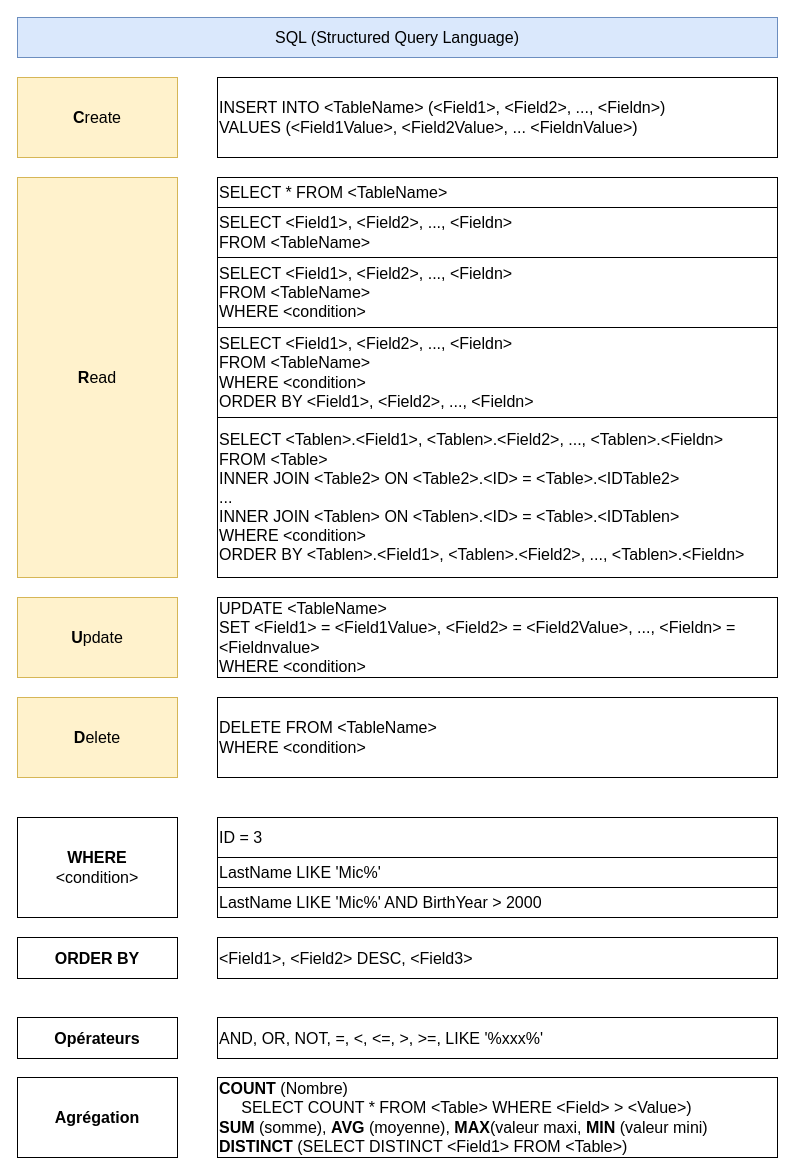
Earlier version of the draw.io diagram page "SQL" (3 of 3) of Documents/Base de données.drawio (TheGoodBear/Python-WCS-2122-BDD). Source tidied: cells renumbered, new cells numbered last; positions are measured from the earlier drawing's top-left corner, leaving out a move shared by most shapes. Both pictures are drawn from the tidied source at 100%, with x=0, y=0 at pixel (17, 17).
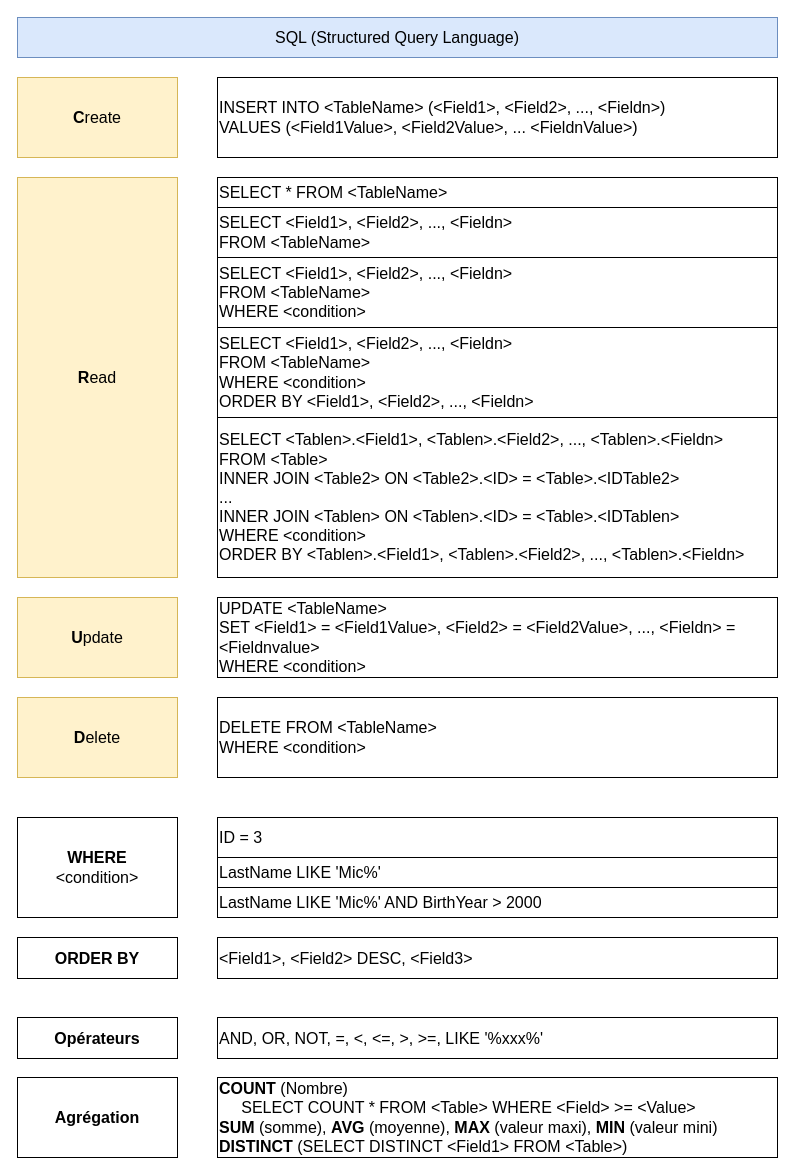
The same diagram, later.

The change refers to these unchanged cells:
```xml
<mxCell id="24" style="group;" parent="1" vertex="1">
  <mxGeometry y="1060" width="760" height="80" as="geometry" />
</mxCell>
```

Change to the diagram source:
```diff
@@
-    <mxCell id="26" value="&lt;b&gt;COUNT&lt;/b&gt; (Nombre) &lt;br&gt;&amp;nbsp; &amp;nbsp; &amp;nbsp;SELECT COUNT * FROM &amp;lt;Table&amp;gt; WHERE &amp;lt;Field&amp;gt; &amp;gt; &amp;lt;Value&amp;gt;)&lt;br&gt;&lt;b&gt;SUM&lt;/b&gt; (somme),&amp;nbsp;&lt;b&gt;AVG&lt;/b&gt; (moyenne), &lt;b&gt;MAX&lt;/b&gt;(valeur maxi, &lt;b&gt;MIN&lt;/b&gt; (valeur mini)&lt;br&gt;&lt;b&gt;DISTINCT&lt;/b&gt;&amp;nbsp;(SELECT DISTINCT &amp;lt;Field1&amp;gt; FROM &amp;lt;Table&amp;gt;)" style="rounded=0;whiteSpace=wrap;html=1;fontSize=16;align=left;" parent="24" vertex="1">
+    <mxCell id="26" value="&lt;b&gt;COUNT&lt;/b&gt; (Nombre) &lt;br&gt;&amp;nbsp; &amp;nbsp; &amp;nbsp;SELECT COUNT * FROM &amp;lt;Table&amp;gt; WHERE &amp;lt;Field&amp;gt; &amp;gt;= &amp;lt;Value&amp;gt;&lt;br&gt;&lt;b&gt;SUM&lt;/b&gt; (somme),&amp;nbsp;&lt;b&gt;AVG&lt;/b&gt; (moyenne), &lt;b&gt;MAX&amp;nbsp;&lt;/b&gt;(valeur maxi), &lt;b&gt;MIN&lt;/b&gt; (valeur mini)&lt;br&gt;&lt;b&gt;DISTINCT&lt;/b&gt;&amp;nbsp;(SELECT DISTINCT &amp;lt;Field1&amp;gt; FROM &amp;lt;Table&amp;gt;)" style="rounded=0;whiteSpace=wrap;html=1;fontSize=16;align=left;" parent="24" vertex="1">
       <mxGeometry x="200" width="560" height="80" as="geometry" />
     </mxCell>
```
